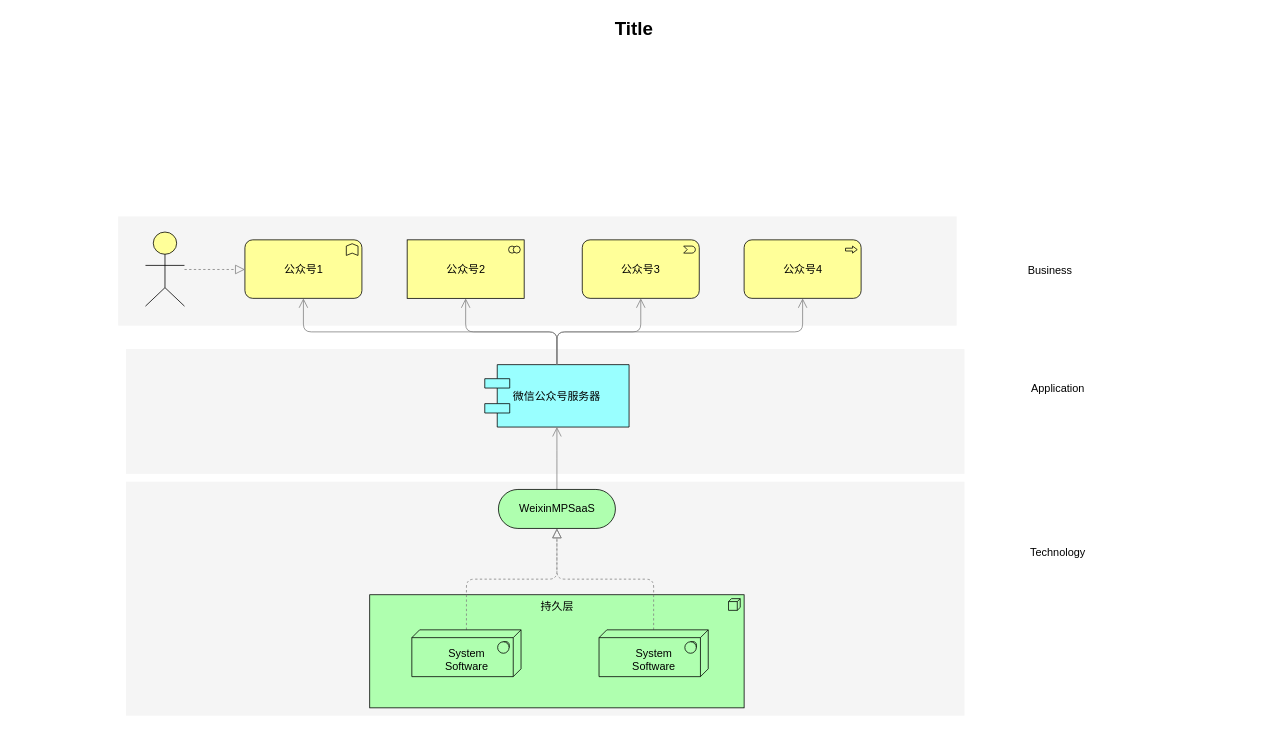
eden2f/docs keeps this draw.io diagram as Untitled Diagram.drawio. Above is the earlier version. Source tidied: cells renumbered, new cells numbered last; positions are measured from the earlier drawing's top-left corner, leaving out a move shared by most shapes. Both pictures are drawn from the tidied source at 78%, with x=0, y=0 at pixel (13, 13).
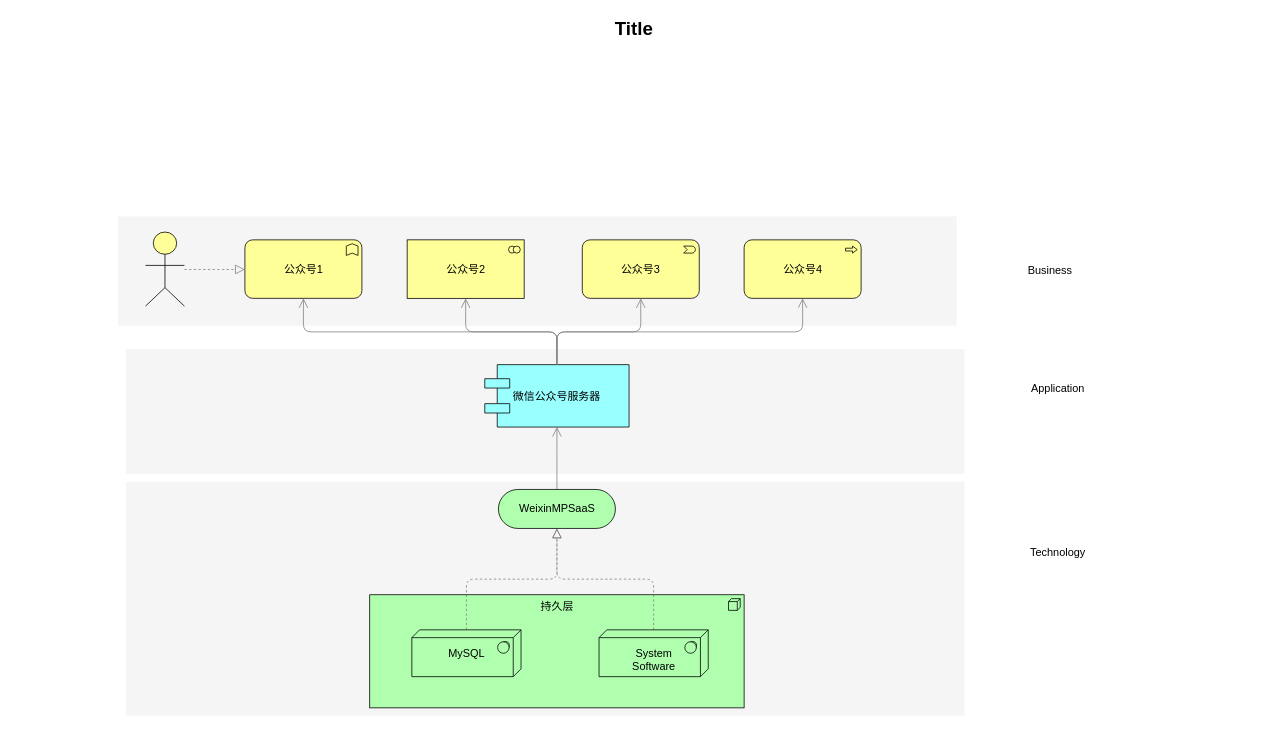
The same page after the edit.

Diff of the diagram source:
```diff
@@
-    <mxCell id="7" value="&lt;div&gt;&lt;br&gt;&lt;/div&gt;System&lt;div&gt;Software&lt;/div&gt;" style="html=1;whiteSpace=wrap;fillColor=#AFFFAF;shape=mxgraph.archimate3.tech;techType=sysSw;fontSize=14;" parent="1" vertex="1">
+    <mxCell id="7" value="&lt;div&gt;MySQL&lt;/div&gt;" style="html=1;whiteSpace=wrap;fillColor=#AFFFAF;shape=mxgraph.archimate3.tech;techType=sysSw;fontSize=14;" parent="1" vertex="1">
       <mxGeometry x="510.5" y="790" width="140" height="60" as="geometry" />
     </mxCell>
```
